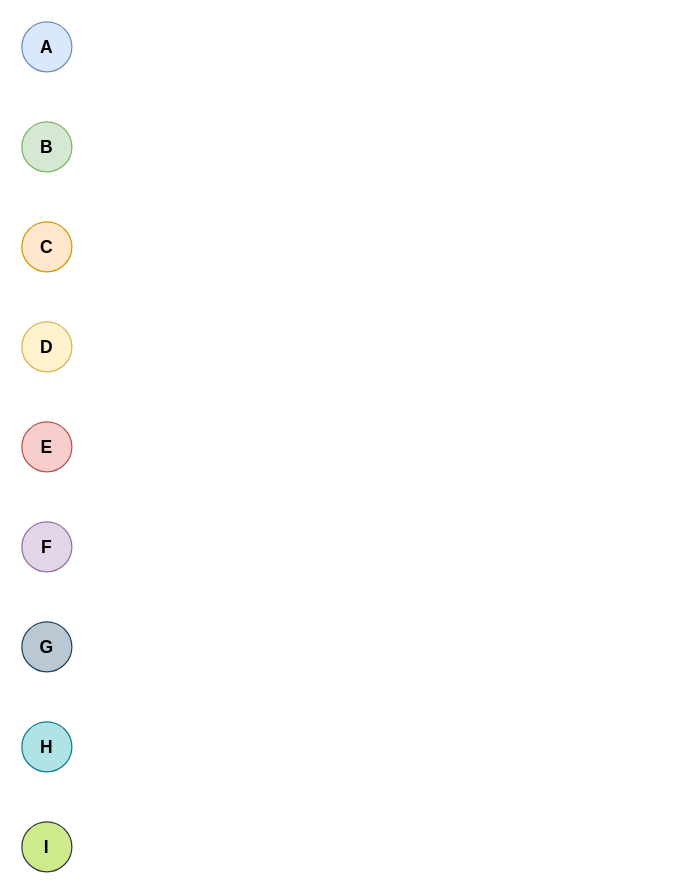
edwardayala/Diagrams keeps this draw.io diagram as HW9_3.drawio. Above is the earlier version. Source tidied: cells renumbered, new cells numbered last; positions are measured from the earlier drawing's top-left corner, leaving out a move shared by most shapes. Both pictures are drawn from the tidied source at 125%, with x=0, y=0 at pixel (21, 21).
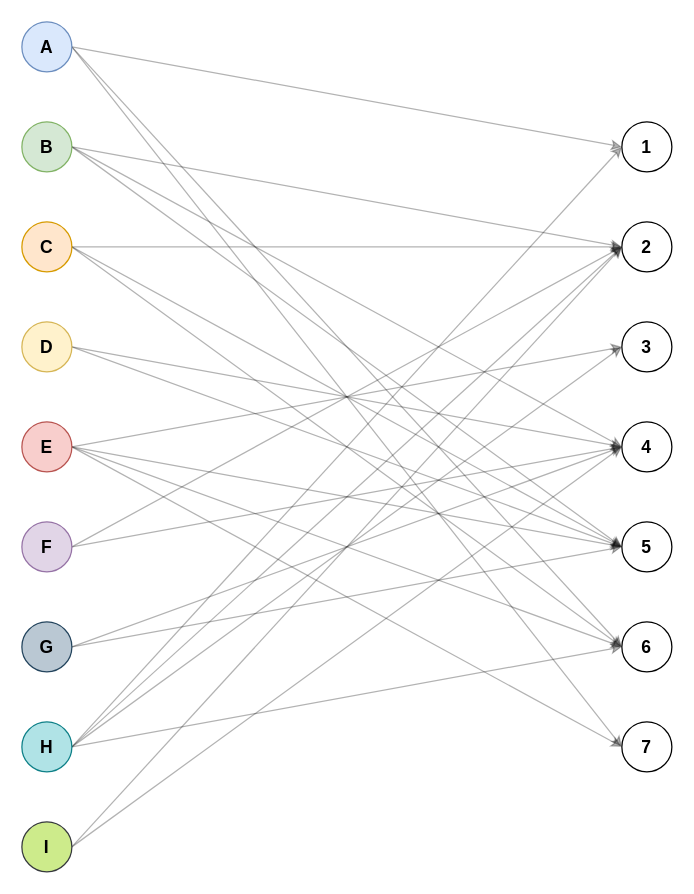
Above is the later version.

The change refers to these unchanged cells:
```xml
<mxCell id="2" value="&lt;b&gt;&lt;font style=&quot;font-size: 14px&quot;&gt;A&lt;/font&gt;&lt;/b&gt;" style="ellipse;whiteSpace=wrap;html=1;fillColor=#dae8fc;strokeColor=#6c8ebf;" parent="1" vertex="1">
  <mxGeometry width="40" height="40" as="geometry" />
</mxCell>
<mxCell id="3" value="&lt;b style=&quot;white-space: normal&quot;&gt;&lt;font style=&quot;font-size: 14px&quot;&gt;B&lt;/font&gt;&lt;/b&gt;" style="ellipse;whiteSpace=wrap;html=1;fillColor=#d5e8d4;strokeColor=#82b366;" parent="1" vertex="1">
  <mxGeometry y="80" width="40" height="40" as="geometry" />
</mxCell>
<mxCell id="4" value="&lt;b style=&quot;white-space: normal&quot;&gt;&lt;font style=&quot;font-size: 14px&quot;&gt;C&lt;/font&gt;&lt;/b&gt;" style="ellipse;whiteSpace=wrap;html=1;fillColor=#ffe6cc;strokeColor=#d79b00;" parent="1" vertex="1">
  <mxGeometry y="160" width="40" height="40" as="geometry" />
</mxCell>
<mxCell id="5" value="&lt;b style=&quot;white-space: normal&quot;&gt;&lt;font style=&quot;font-size: 14px&quot;&gt;D&lt;/font&gt;&lt;/b&gt;" style="ellipse;whiteSpace=wrap;html=1;fillColor=#fff2cc;strokeColor=#d6b656;" parent="1" vertex="1">
  <mxGeometry y="240" width="40" height="40" as="geometry" />
</mxCell>
<mxCell id="6" value="&lt;b style=&quot;white-space: normal&quot;&gt;&lt;font style=&quot;font-size: 14px&quot;&gt;E&lt;/font&gt;&lt;/b&gt;" style="ellipse;whiteSpace=wrap;html=1;fillColor=#f8cecc;strokeColor=#b85450;" parent="1" vertex="1">
  <mxGeometry y="320" width="40" height="40" as="geometry" />
</mxCell>
<mxCell id="7" value="&lt;span style=&quot;font-size: 14px&quot;&gt;&lt;b&gt;F&lt;/b&gt;&lt;/span&gt;" style="ellipse;whiteSpace=wrap;html=1;fillColor=#e1d5e7;strokeColor=#9673a6;" parent="1" vertex="1">
  <mxGeometry y="400" width="40" height="40" as="geometry" />
</mxCell>
<mxCell id="8" value="&lt;span style=&quot;font-size: 14px&quot;&gt;&lt;b&gt;G&lt;/b&gt;&lt;/span&gt;" style="ellipse;whiteSpace=wrap;html=1;fillColor=#bac8d3;strokeColor=#23445d;" parent="1" vertex="1">
  <mxGeometry y="480" width="40" height="40" as="geometry" />
</mxCell>
<mxCell id="9" value="&lt;span style=&quot;font-size: 14px&quot;&gt;&lt;b&gt;H&lt;/b&gt;&lt;/span&gt;" style="ellipse;whiteSpace=wrap;html=1;fillColor=#b0e3e6;strokeColor=#0e8088;" parent="1" vertex="1">
  <mxGeometry y="560" width="40" height="40" as="geometry" />
</mxCell>
<mxCell id="10" value="&lt;span style=&quot;font-size: 14px&quot;&gt;&lt;b&gt;I&lt;/b&gt;&lt;/span&gt;" style="ellipse;whiteSpace=wrap;html=1;fillColor=#cdeb8b;strokeColor=#36393d;" parent="1" vertex="1">
  <mxGeometry y="640" width="40" height="40" as="geometry" />
</mxCell>
```

Change to the diagram source:
```diff
@@
+    <mxCell id="11" style="rounded=0;jettySize=auto;html=1;exitX=1;exitY=0.5;exitDx=0;exitDy=0;entryX=0;entryY=0.5;entryDx=0;entryDy=0;opacity=30;" parent="1" edge="1" source="2" target="36">
+      <mxGeometry relative="1" as="geometry" />
+    </mxCell>
+    <mxCell id="12" style="edgeStyle=none;rounded=0;jettySize=auto;html=1;exitX=1;exitY=0.5;exitDx=0;exitDy=0;entryX=0;entryY=0.5;entryDx=0;entryDy=0;opacity=30;" parent="1" edge="1" source="2" target="41">
+      <mxGeometry relative="1" as="geometry" />
+    </mxCell>
+    <mxCell id="13" style="edgeStyle=none;rounded=0;jettySize=auto;html=1;exitX=1;exitY=0.5;exitDx=0;exitDy=0;entryX=0;entryY=0.5;entryDx=0;entryDy=0;opacity=30;" parent="1" edge="1" source="2" target="42">
+      <mxGeometry relative="1" as="geometry" />
+    </mxCell>
@@
+    <mxCell id="14" style="edgeStyle=none;rounded=0;jettySize=auto;html=1;exitX=1;exitY=0.5;exitDx=0;exitDy=0;entryX=0;entryY=0.5;entryDx=0;entryDy=0;opacity=30;" parent="1" edge="1" source="3" target="37">
+      <mxGeometry relative="1" as="geometry" />
+    </mxCell>
+    <mxCell id="15" style="edgeStyle=none;rounded=0;jettySize=auto;html=1;exitX=1;exitY=0.5;exitDx=0;exitDy=0;entryX=0;entryY=0.5;entryDx=0;entryDy=0;opacity=30;" parent="1" edge="1" source="3" target="39">
+      <mxGeometry relative="1" as="geometry" />
+    </mxCell>
+    <mxCell id="16" style="edgeStyle=none;rounded=0;jettySize=auto;html=1;exitX=1;exitY=0.5;exitDx=0;exitDy=0;entryX=0;entryY=0.5;entryDx=0;entryDy=0;opacity=30;" parent="1" edge="1" source="3" target="40">
+      <mxGeometry relative="1" as="geometry" />
+    </mxCell>
@@
+    <mxCell id="17" style="edgeStyle=none;rounded=0;jettySize=auto;html=1;exitX=1;exitY=0.5;exitDx=0;exitDy=0;opacity=30;entryX=0;entryY=0.5;entryDx=0;entryDy=0;" parent="1" edge="1" source="4" target="37">
+      <mxGeometry relative="1" as="geometry" />
+    </mxCell>
+    <mxCell id="18" style="edgeStyle=none;rounded=0;jettySize=auto;html=1;exitX=1;exitY=0.5;exitDx=0;exitDy=0;entryX=0;entryY=0.5;entryDx=0;entryDy=0;opacity=30;" parent="1" edge="1" source="4" target="40">
+      <mxGeometry relative="1" as="geometry" />
+    </mxCell>
+    <mxCell id="19" style="edgeStyle=none;rounded=0;jettySize=auto;html=1;exitX=1;exitY=0.5;exitDx=0;exitDy=0;entryX=0;entryY=0.5;entryDx=0;entryDy=0;opacity=30;" parent="1" edge="1" source="4" target="41">
+      <mxGeometry relative="1" as="geometry" />
+    </mxCell>
@@
+    <mxCell id="20" style="edgeStyle=none;rounded=0;jettySize=auto;html=1;exitX=1;exitY=0.5;exitDx=0;exitDy=0;opacity=30;entryX=0;entryY=0.5;entryDx=0;entryDy=0;" parent="1" edge="1" source="5" target="39">
+      <mxGeometry relative="1" as="geometry" />
+    </mxCell>
+    <mxCell id="21" style="edgeStyle=none;rounded=0;jettySize=auto;html=1;exitX=1;exitY=0.5;exitDx=0;exitDy=0;entryX=0;entryY=0.5;entryDx=0;entryDy=0;opacity=30;" parent="1" edge="1" source="5" target="40">
+      <mxGeometry relative="1" as="geometry" />
+    </mxCell>
@@
+    <mxCell id="22" style="edgeStyle=none;rounded=0;jettySize=auto;html=1;exitX=1;exitY=0.5;exitDx=0;exitDy=0;entryX=0;entryY=0.5;entryDx=0;entryDy=0;opacity=30;" parent="1" edge="1" source="6" target="38">
+      <mxGeometry relative="1" as="geometry" />
+    </mxCell>
+    <mxCell id="23" style="edgeStyle=none;rounded=0;jettySize=auto;html=1;exitX=1;exitY=0.5;exitDx=0;exitDy=0;entryX=0;entryY=0.5;entryDx=0;entryDy=0;opacity=30;" parent="1" edge="1" source="6" target="40">
+      <mxGeometry relative="1" as="geometry" />
+    </mxCell>
+    <mxCell id="24" style="edgeStyle=none;rounded=0;jettySize=auto;html=1;exitX=1;exitY=0.5;exitDx=0;exitDy=0;entryX=0;entryY=0.5;entryDx=0;entryDy=0;opacity=30;" parent="1" edge="1" source="6" target="41">
+      <mxGeometry relative="1" as="geometry" />
+    </mxCell>
+    <mxCell id="25" style="edgeStyle=none;rounded=0;jettySize=auto;html=1;exitX=1;exitY=0.5;exitDx=0;exitDy=0;entryX=0;entryY=0.5;entryDx=0;entryDy=0;opacity=30;" parent="1" edge="1" source="6" target="42">
+      <mxGeometry relative="1" as="geometry" />
+    </mxCell>
@@
+    <mxCell id="26" style="edgeStyle=none;rounded=0;jettySize=auto;html=1;exitX=1;exitY=0.5;exitDx=0;exitDy=0;entryX=0;entryY=0.5;entryDx=0;entryDy=0;opacity=30;" parent="1" edge="1" source="7" target="37">
+      <mxGeometry relative="1" as="geometry" />
+    </mxCell>
+    <mxCell id="27" style="edgeStyle=none;rounded=0;jettySize=auto;html=1;exitX=1;exitY=0.5;exitDx=0;exitDy=0;entryX=0;entryY=0.5;entryDx=0;entryDy=0;opacity=30;" parent="1" edge="1" source="7" target="39">
+      <mxGeometry relative="1" as="geometry" />
+    </mxCell>
@@
+    <mxCell id="28" style="edgeStyle=none;rounded=0;jettySize=auto;html=1;exitX=1;exitY=0.5;exitDx=0;exitDy=0;entryX=0;entryY=0.5;entryDx=0;entryDy=0;opacity=30;" parent="1" edge="1" source="8" target="39">
+      <mxGeometry relative="1" as="geometry" />
+    </mxCell>
+    <mxCell id="29" style="edgeStyle=none;rounded=0;jettySize=auto;html=1;exitX=1;exitY=0.5;exitDx=0;exitDy=0;entryX=0;entryY=0.5;entryDx=0;entryDy=0;opacity=30;" parent="1" edge="1" source="8" target="40">
+      <mxGeometry relative="1" as="geometry" />
+    </mxCell>
@@
+    <mxCell id="30" style="edgeStyle=none;rounded=0;jettySize=auto;html=1;exitX=1;exitY=0.5;exitDx=0;exitDy=0;entryX=0;entryY=0.5;entryDx=0;entryDy=0;opacity=30;" parent="1" edge="1" source="9" target="36">
+      <mxGeometry relative="1" as="geometry" />
+    </mxCell>
+    <mxCell id="31" style="edgeStyle=none;rounded=0;jettySize=auto;html=1;exitX=1;exitY=0.5;exitDx=0;exitDy=0;entryX=0;entryY=0.5;entryDx=0;entryDy=0;opacity=30;" parent="1" edge="1" source="9" target="37">
+      <mxGeometry relative="1" as="geometry" />
+    </mxCell>
+    <mxCell id="32" style="edgeStyle=none;rounded=0;jettySize=auto;html=1;exitX=1;exitY=0.5;exitDx=0;exitDy=0;entryX=0;entryY=0.5;entryDx=0;entryDy=0;opacity=30;" parent="1" edge="1" source="9" target="38">
+      <mxGeometry relative="1" as="geometry" />
+    </mxCell>
+    <mxCell id="33" style="edgeStyle=none;rounded=0;jettySize=auto;html=1;exitX=1;exitY=0.5;exitDx=0;exitDy=0;entryX=0;entryY=0.5;entryDx=0;entryDy=0;opacity=30;" parent="1" edge="1" source="9" target="41">
+      <mxGeometry relative="1" as="geometry" />
+    </mxCell>
@@
+    <mxCell id="34" style="edgeStyle=none;rounded=0;jettySize=auto;html=1;exitX=1;exitY=0.5;exitDx=0;exitDy=0;entryX=0;entryY=0.5;entryDx=0;entryDy=0;opacity=30;" parent="1" edge="1" source="10" target="37">
+      <mxGeometry relative="1" as="geometry" />
+    </mxCell>
+    <mxCell id="35" style="edgeStyle=none;rounded=0;jettySize=auto;html=1;exitX=1;exitY=0.5;exitDx=0;exitDy=0;entryX=0;entryY=0.5;entryDx=0;entryDy=0;opacity=30;" parent="1" edge="1" source="10" target="39">
+      <mxGeometry relative="1" as="geometry" />
+    </mxCell>
@@
+    <mxCell id="36" value="&lt;b&gt;&lt;font style=&quot;font-size: 14px&quot;&gt;1&lt;/font&gt;&lt;/b&gt;" style="ellipse;whiteSpace=wrap;html=1;" parent="1" vertex="1">
+      <mxGeometry x="480" y="80" width="40" height="40" as="geometry" />
+    </mxCell>
+    <mxCell id="37" value="&lt;b style=&quot;white-space: normal&quot;&gt;&lt;font style=&quot;font-size: 14px&quot;&gt;2&lt;/font&gt;&lt;/b&gt;" style="ellipse;whiteSpace=wrap;html=1;" parent="1" vertex="1">
+      <mxGeometry x="480" y="160" width="40" height="40" as="geometry" />
+    </mxCell>
+    <mxCell id="38" value="&lt;b style=&quot;white-space: normal&quot;&gt;&lt;font style=&quot;font-size: 14px&quot;&gt;3&lt;/font&gt;&lt;/b&gt;" style="ellipse;whiteSpace=wrap;html=1;" parent="1" vertex="1">
+      <mxGeometry x="480" y="240" width="40" height="40" as="geometry" />
+    </mxCell>
+    <mxCell id="39" value="&lt;b style=&quot;white-space: normal&quot;&gt;&lt;font style=&quot;font-size: 14px&quot;&gt;4&lt;/font&gt;&lt;/b&gt;" style="ellipse;whiteSpace=wrap;html=1;" parent="1" vertex="1">
+      <mxGeometry x="480" y="320" width="40" height="40" as="geometry" />
+    </mxCell>
+    <mxCell id="40" value="&lt;b style=&quot;white-space: normal&quot;&gt;&lt;font style=&quot;font-size: 14px&quot;&gt;5&lt;/font&gt;&lt;/b&gt;" style="ellipse;whiteSpace=wrap;html=1;" parent="1" vertex="1">
+      <mxGeometry x="480" y="400" width="40" height="40" as="geometry" />
+    </mxCell>
+    <mxCell id="41" value="&lt;span style=&quot;font-size: 14px&quot;&gt;&lt;b&gt;6&lt;/b&gt;&lt;/span&gt;" style="ellipse;whiteSpace=wrap;html=1;" parent="1" vertex="1">
+      <mxGeometry x="480" y="480" width="40" height="40" as="geometry" />
+    </mxCell>
+    <mxCell id="42" value="&lt;span style=&quot;font-size: 14px&quot;&gt;&lt;b&gt;7&lt;/b&gt;&lt;/span&gt;" style="ellipse;whiteSpace=wrap;html=1;" parent="1" vertex="1">
+      <mxGeometry x="480" y="560" width="40" height="40" as="geometry" />
+    </mxCell>
```
